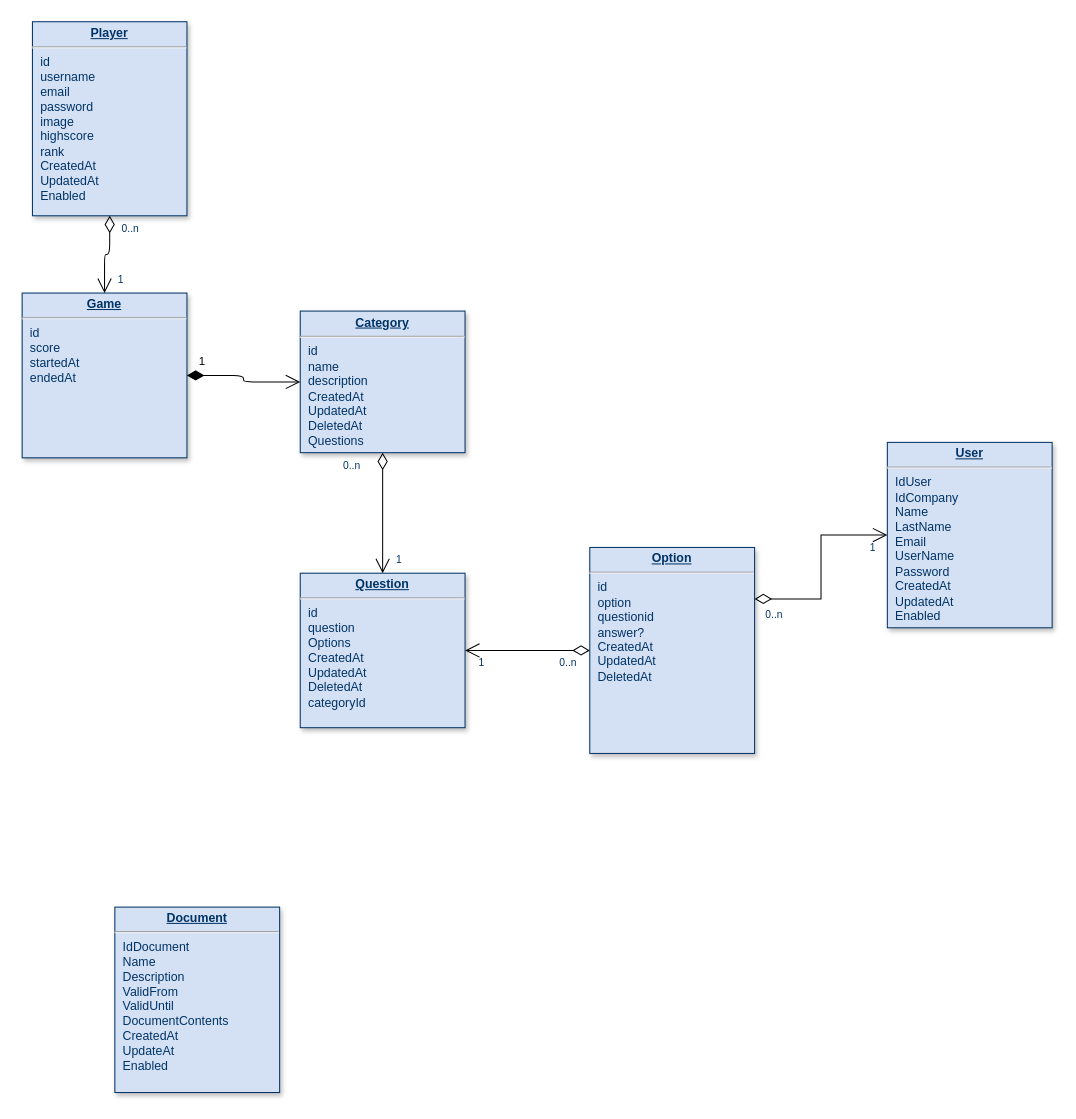
TunrayoIlawole/Quizlier keeps this draw.io diagram as Quizlier-DB.drawio. Above is the earlier version. Source tidied: cells renumbered, new cells numbered last; positions are measured from the earlier drawing's top-left corner, leaving out a move shared by most shapes. Both pictures are drawn from the tidied source at 103%, with x=0, y=0 at pixel (22, 22).
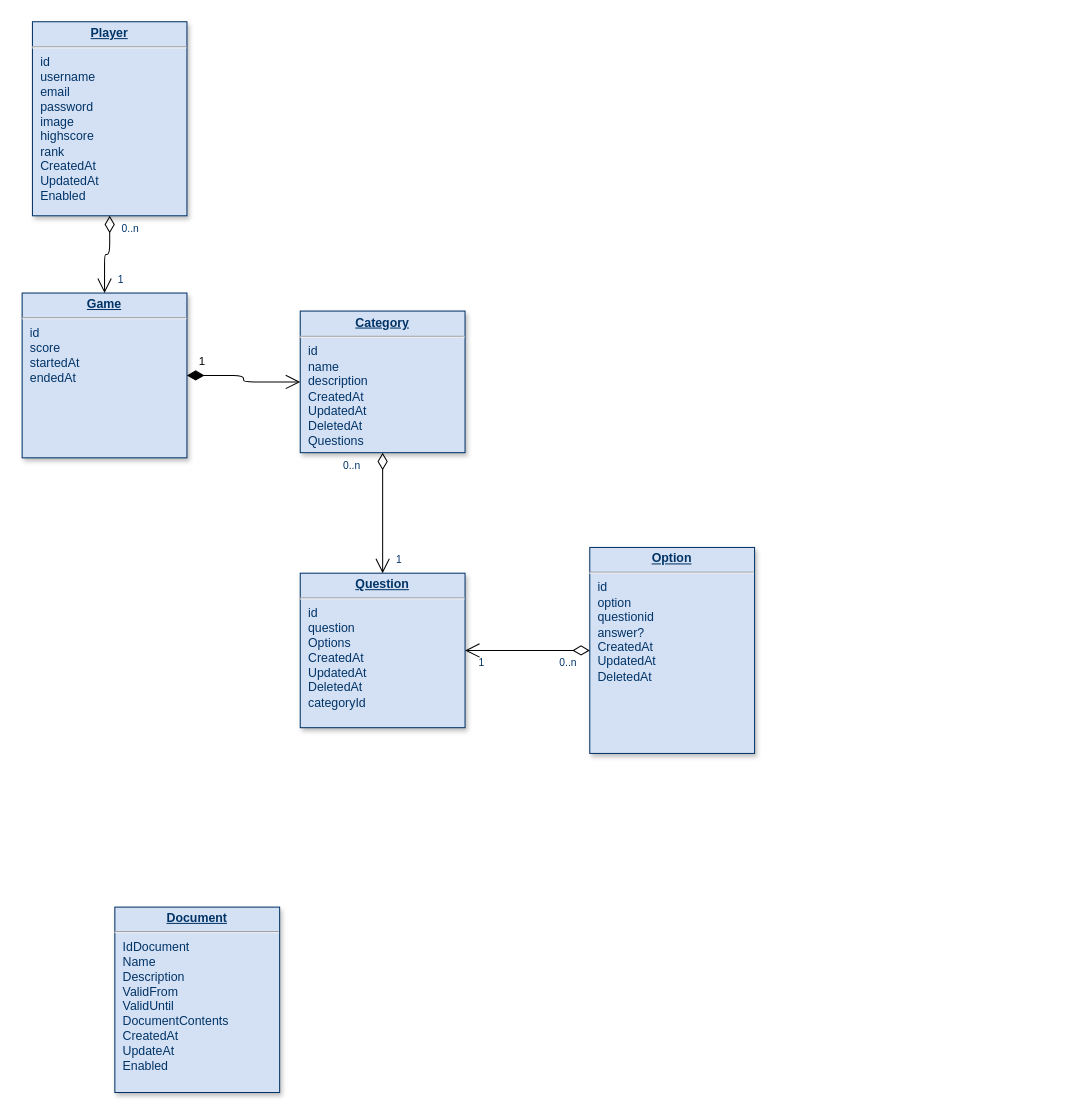
The same diagram, later.

Unchanged cells that the change refers to:
```xml
<mxCell id="8" value="&lt;p style=&quot;margin: 0px; margin-top: 4px; text-align: center; text-decoration: underline;&quot;&gt;&lt;strong&gt;Option&lt;/strong&gt;&lt;/p&gt;&lt;hr&gt;&lt;p style=&quot;margin: 0px; margin-left: 8px;&quot;&gt;id&lt;/p&gt;&lt;p style=&quot;margin: 0px; margin-left: 8px;&quot;&gt;option&lt;/p&gt;&lt;p style=&quot;margin: 0px; margin-left: 8px;&quot;&gt;questionid&lt;/p&gt;&lt;p style=&quot;margin: 0px; margin-left: 8px;&quot;&gt;answer?&lt;/p&gt;&lt;p style=&quot;margin: 0px; margin-left: 8px;&quot;&gt;CreatedAt&lt;/p&gt;&lt;p style=&quot;margin: 0px; margin-left: 8px;&quot;&gt;UpdatedAt&lt;/p&gt;&lt;p style=&quot;margin: 0px; margin-left: 8px;&quot;&gt;DeletedAt&lt;/p&gt;" style="verticalAlign=top;align=left;overflow=fill;fontSize=12;fontFamily=Helvetica;html=1;strokeColor=#003366;shadow=1;fillColor=#D4E1F5;fontColor=#003366;" parent="1" vertex="1">
  <mxGeometry x="551.1" y="510" width="160" height="200" as="geometry" />
</mxCell>
```

Diff of the diagram source:
```diff
@@
-    <mxCell id="4" value="&lt;p style=&quot;margin: 0px; margin-top: 4px; text-align: center; text-decoration: underline;&quot;&gt;&lt;strong&gt;User&lt;/strong&gt;&lt;/p&gt;&lt;hr /&gt;&lt;p style=&quot;margin: 0px; margin-left: 8px;&quot;&gt;IdUser&lt;/p&gt;&lt;p style=&quot;margin: 0px; margin-left: 8px;&quot;&gt;IdCompany&lt;/p&gt;&lt;p style=&quot;margin: 0px; margin-left: 8px;&quot;&gt;Name&lt;/p&gt;&lt;p style=&quot;margin: 0px; margin-left: 8px;&quot;&gt;LastName&lt;/p&gt;&lt;p style=&quot;margin: 0px; margin-left: 8px;&quot;&gt;Email&lt;/p&gt;&lt;p style=&quot;margin: 0px; margin-left: 8px;&quot;&gt;UserName&lt;/p&gt;&lt;p style=&quot;margin: 0px; margin-left: 8px;&quot;&gt;Password&lt;/p&gt;&lt;p style=&quot;margin: 0px; margin-left: 8px;&quot;&gt;CreatedAt&lt;/p&gt;&lt;p style=&quot;margin: 0px; margin-left: 8px;&quot;&gt;UpdatedAt&lt;/p&gt;&lt;p style=&quot;margin: 0px; margin-left: 8px;&quot;&gt;Enabled&lt;/p&gt;" style="verticalAlign=top;align=left;overflow=fill;fontSize=12;fontFamily=Helvetica;html=1;strokeColor=#003366;shadow=1;fillColor=#D4E1F5;fontColor=#003366;" parent="1" vertex="1">
-      <mxGeometry x="840" y="408" width="160" height="180" as="geometry" />
-    </mxCell>
@@
-    <mxCell id="9" style="endArrow=open;endSize=12;startArrow=diamondThin;startSize=14;startFill=0;edgeStyle=orthogonalEdgeStyle;exitX=1;exitY=0.25;rounded=0;" parent="1" edge="1" source="8" target="4">
-      <mxGeometry x="769.4" y="450" as="geometry" />
-    </mxCell>
-    <mxCell id="10" value="0..n" style="align=left;verticalAlign=top;labelBackgroundColor=#ffffff;fontSize=10;strokeColor=#003366;shadow=1;fillColor=#D4E1F5;fontColor=#003366;" parent="9" vertex="1">
-      <mxGeometry x="-1" relative="1" as="geometry">
-        <mxPoint x="8.9" y="3" as="offset" />
-      </mxGeometry>
-    </mxCell>
-    <mxCell id="11" value="1" style="align=right;verticalAlign=top;labelBackgroundColor=#ffffff;fontSize=10;strokeColor=#003366;shadow=1;fillColor=#D4E1F5;fontColor=#003366;" parent="9" vertex="1">
-      <mxGeometry x="1" relative="1" as="geometry">
-        <mxPoint x="-10" as="offset" />
-      </mxGeometry>
-    </mxCell>
```
